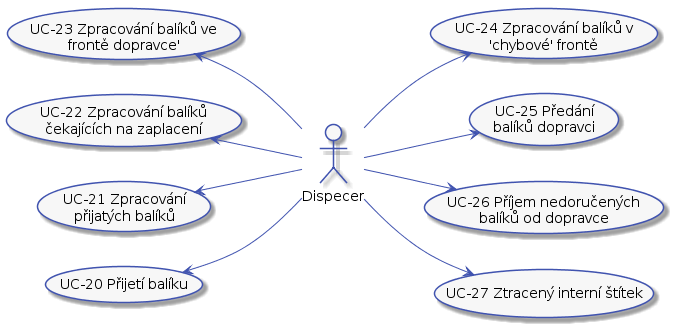
Before: docs/diagrams/out/ucs-dispecer.png, a diagram exported from PlantUML (Internet-Handel/postman).
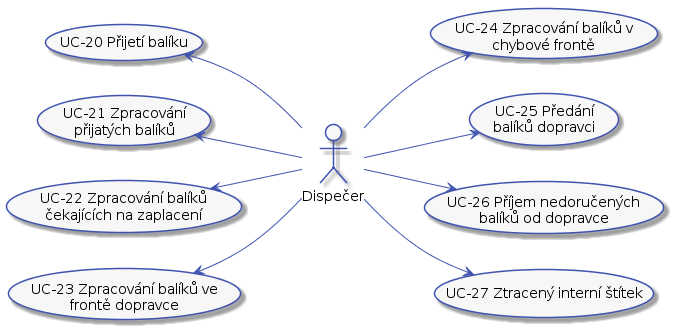
After the change.

What changed in the source:
```diff
@@ -7,6 +7,8 @@
     ArrowColor #4053AF
     FontName Roboto
     BackgroundColor #F7F7F7
+    StartColor #4053AF
+    EndColor #4053AF
 }
 
 skinparam activityDiamond {
@@ -42,24 +44,29 @@
     ParticipantBackgroundColor #F7F7F7
 }
 
+skinparam note {
+    BorderColor #4053AF
+    BackgroundColor #F7F7F7
+}
+
 
 left to right direction
 
-actor :Dispecer: as dispecer
+actor :Dispečer: as dispecer
 
 (UC-20 Přijetí balíku) as (UC-20)
 (UC-21 Zpracování\npřijatých balíků) as (UC-21)
 (UC-22 Zpracování balíků\nčekajících na zaplacení) as (UC-22)
-(UC-23 Zpracování balíků ve\nfrontě dopravce') as (UC-23)
-(UC-24 Zpracování balíků v\n'chybové' frontě) as (UC-24)
+(UC-23 Zpracování balíků ve\nfrontě dopravce) as (UC-23)
+(UC-24 Zpracování balíků v\nchybové frontě) as (UC-24)
 (UC-25 Předání\nbalíků dopravci) as (UC-25)
 (UC-26 Příjem nedoručených\nbalíků od dopravce) as (UC-26)
 (UC-27 Ztracený interní štítek) as (UC-27)
 
+dispecer -up-> (UC-23)
+dispecer -up-> (UC-22)
+dispecer -up-> (UC-21)
 dispecer -up-> (UC-20)
-dispecer -up-> (UC-21)
-dispecer -up-> (UC-22)
-dispecer -up-> (UC-23)
 dispecer --> (UC-24)
 dispecer --> (UC-25)
 dispecer --> (UC-26)
```
